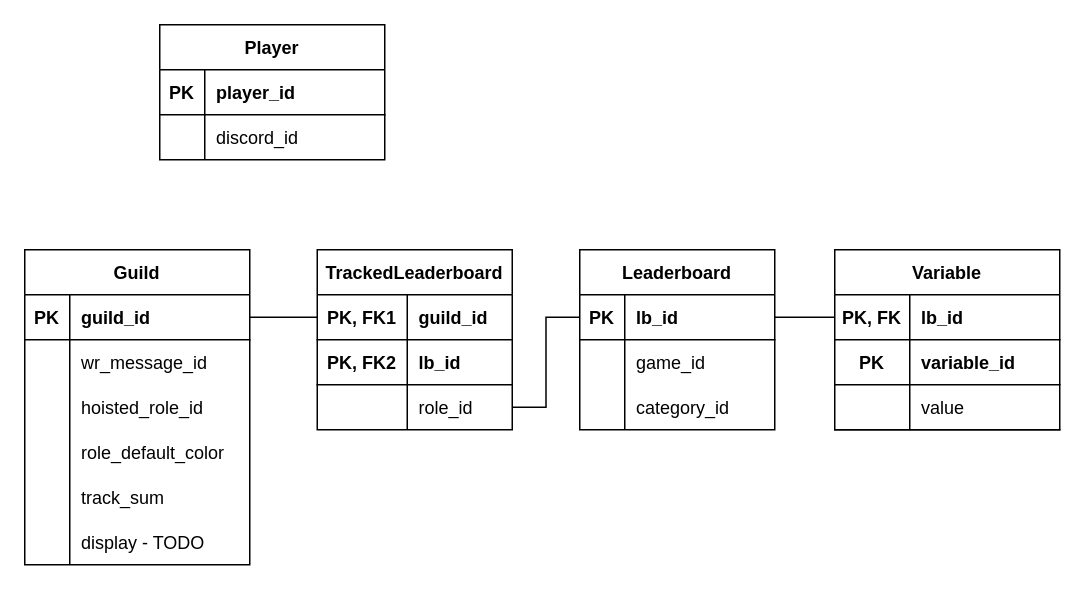
The draw.io diagram srcwrsbot.drawio in mitchell-merry/src-wrs-bot, before the edit. Source tidied: cells renumbered, new cells numbered last; positions are measured from the earlier drawing's top-left corner, leaving out a move shared by most shapes. Both pictures are drawn from the tidied source at 150%, with x=0, y=0 at pixel (24, 24).
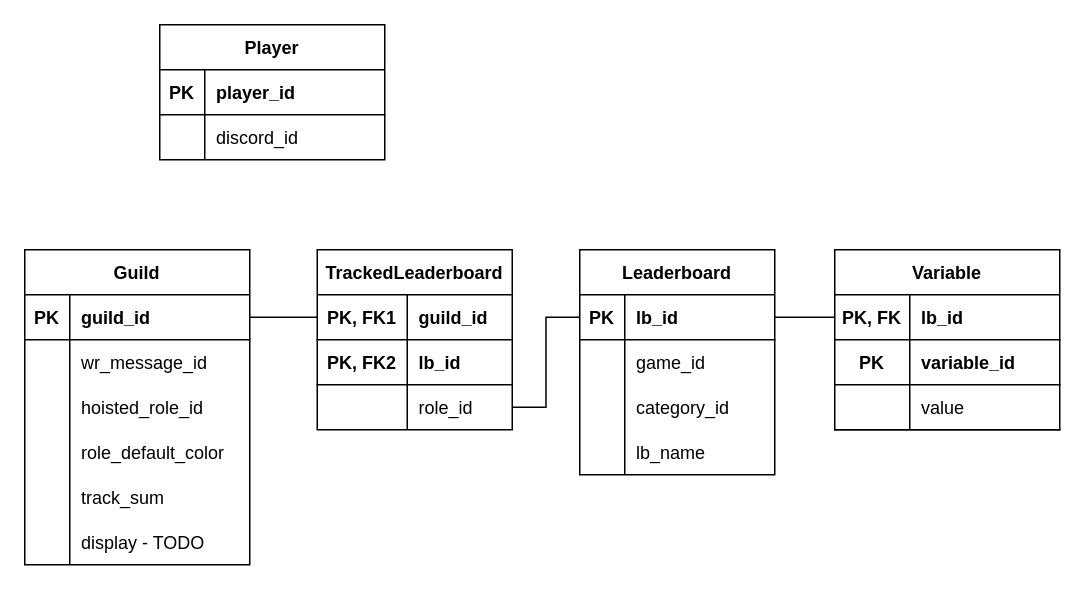
The same diagram, later.

Diff of the diagram source:
```diff
@@
     <mxCell id="3" value="Leaderboard" style="shape=table;startSize=30;childLayout=tableLayout;rowLines=0;fontStyle=1;align=center;" parent="1" vertex="1">
-      <mxGeometry x="370" y="150" width="130" height="120" as="geometry" />
+      <mxGeometry x="370" y="150" width="130" height="150" as="geometry" />
     </mxCell>
@@
+    <mxCell id="61" style="shape=partialRectangle;fillColor=none;top=0;left=0;right=0;bottom=0;" parent="3" vertex="1">
+      <mxGeometry y="120" width="130" height="30" as="geometry" />
+    </mxCell>
+    <mxCell id="62" style="shape=partialRectangle;overflow=hidden;fillColor=none;top=0;left=0;bottom=0;right=0;" parent="61" vertex="1">
+      <mxGeometry width="30" height="30" as="geometry" />
+    </mxCell>
+    <mxCell id="63" value="lb_name" style="shape=partialRectangle;overflow=hidden;fillColor=none;top=0;left=0;bottom=0;right=0;align=left;spacingLeft=6;" parent="61" vertex="1">
+      <mxGeometry x="30" width="100" height="30" as="geometry" />
+    </mxCell>
```
